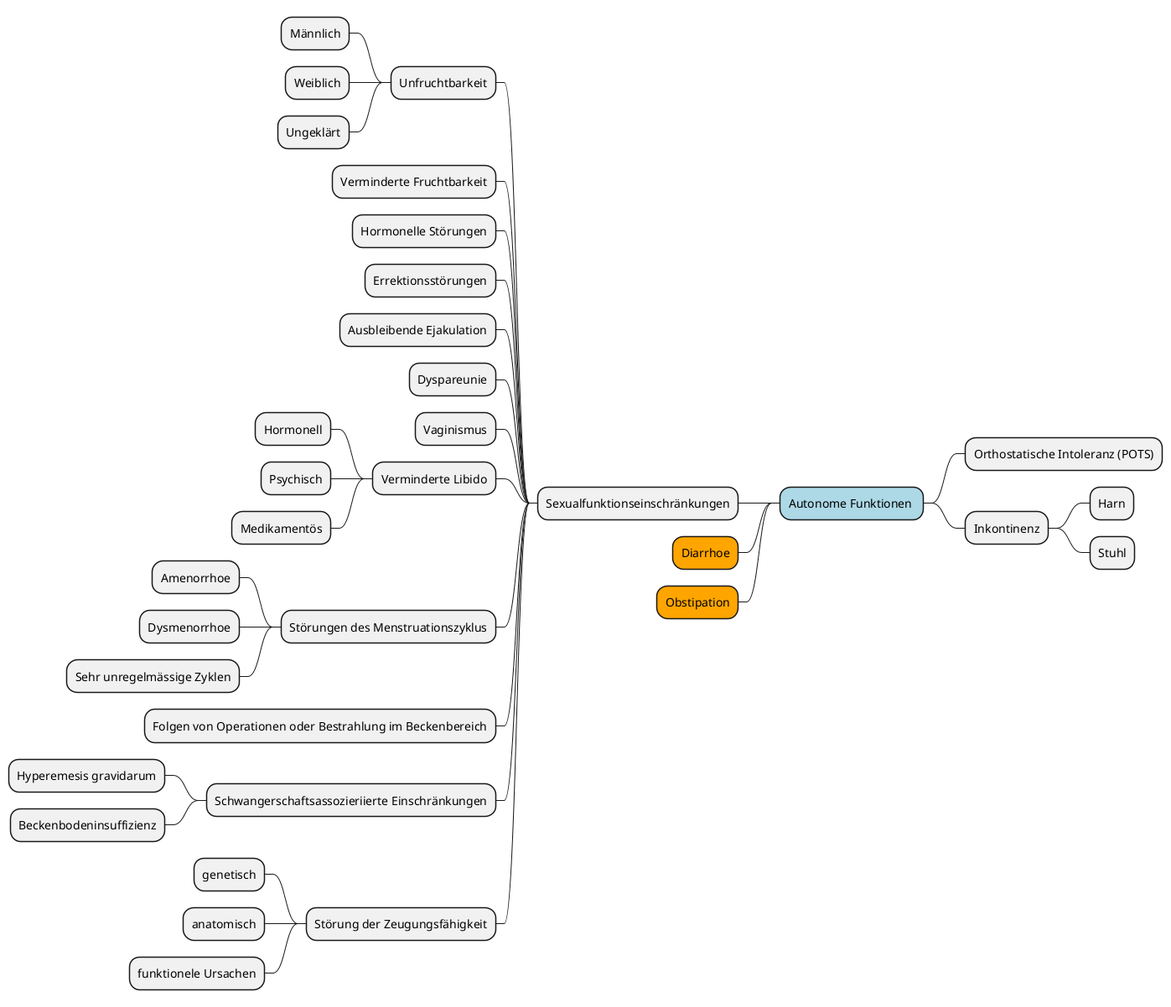
The PlantUML diagram mindmap/generated/physical-subcategories/mindmap-physical-autonome-funktionen.png in marcgauch/Masterarbeit-Daten, before a commit.
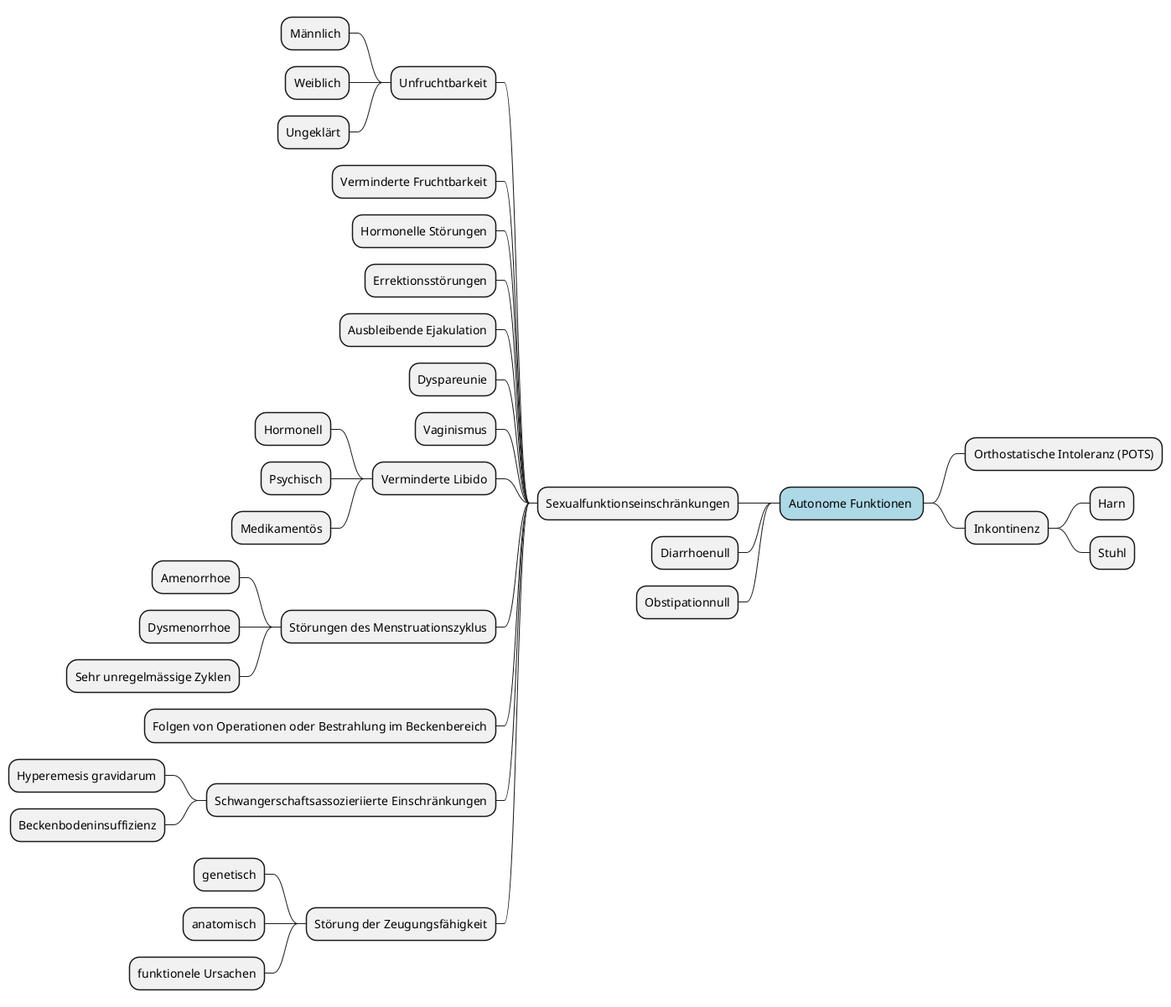
Later version of the same file.

The edit, as a diff of the source:
```diff
@@ -43,6 +43,6 @@
 			* genetisch
 			* anatomisch
 			* funktionele Ursachen
-	* Diarrhoe<<orange>>
-	* Obstipation<<orange>>
+	* Diarrhoenull
+	* Obstipationnull
 @endmindmap
```
